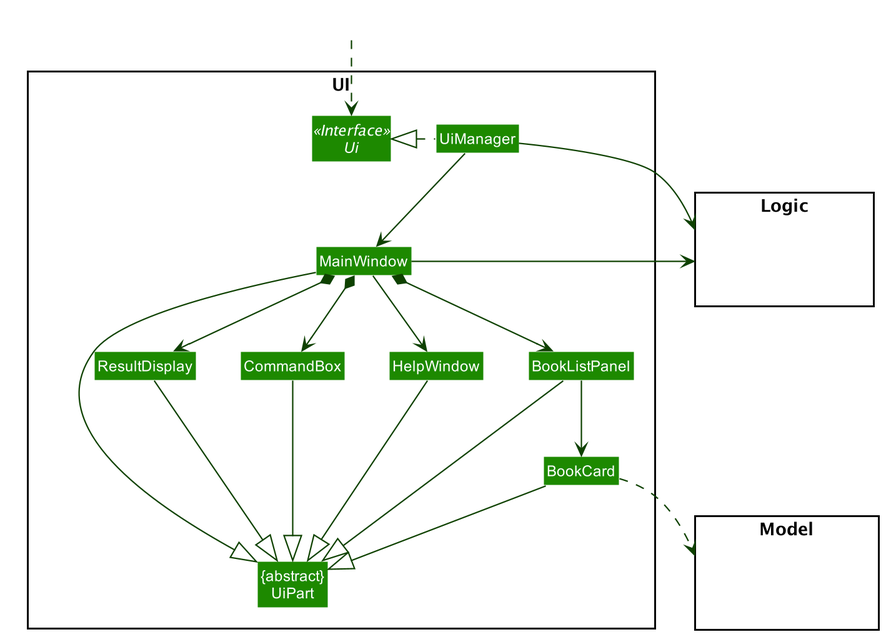
Before: docs/images/UiClassDiagram.png, a diagram exported from PlantUML (nus-cs2103-AY1920S1/addressbook-level3). Its source is kept beside it as docs/diagrams/UiClassDiagram.puml.
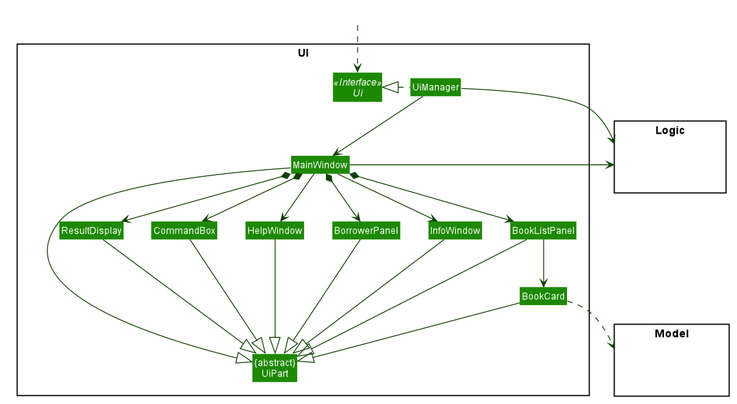
After the commit.

What changed in the source:
```diff
@@ -14,6 +14,8 @@
 Class BookListPanel
 Class BookCard
 Class CommandBox
+class BorrowerPanel
+class InfoWindow
 }
 
 package Model <<Rectangle>> {
@@ -32,6 +34,8 @@
 MainWindow --> HelpWindow
 MainWindow *-down-> CommandBox
 MainWindow *-down-> ResultDisplay
+MainWindow *-down-> BorrowerPanel
+MainWindow -down-> InfoWindow
 MainWindow *-down-> BookListPanel
 
 BookListPanel -down-> BookCard
@@ -43,12 +47,16 @@
 BookListPanel --|> UiPart
 BookCard --|> UiPart
 HelpWindow -down-|> UiPart
+BorrowerPanel --|> UiPart
+InfoWindow --|> UiPart
 
 BookCard ..> Model
 UiManager -right-> Logic
 MainWindow -left-> Logic
 
 BookListPanel -[hidden]left- HelpWindow
+InfoWindow -[hidden]left- BorrowerPanel
+BorrowerPanel -[hidden]left- HelpWindow
 HelpWindow -[hidden]left- CommandBox
 CommandBox -[hidden]left- ResultDisplay
 
```
